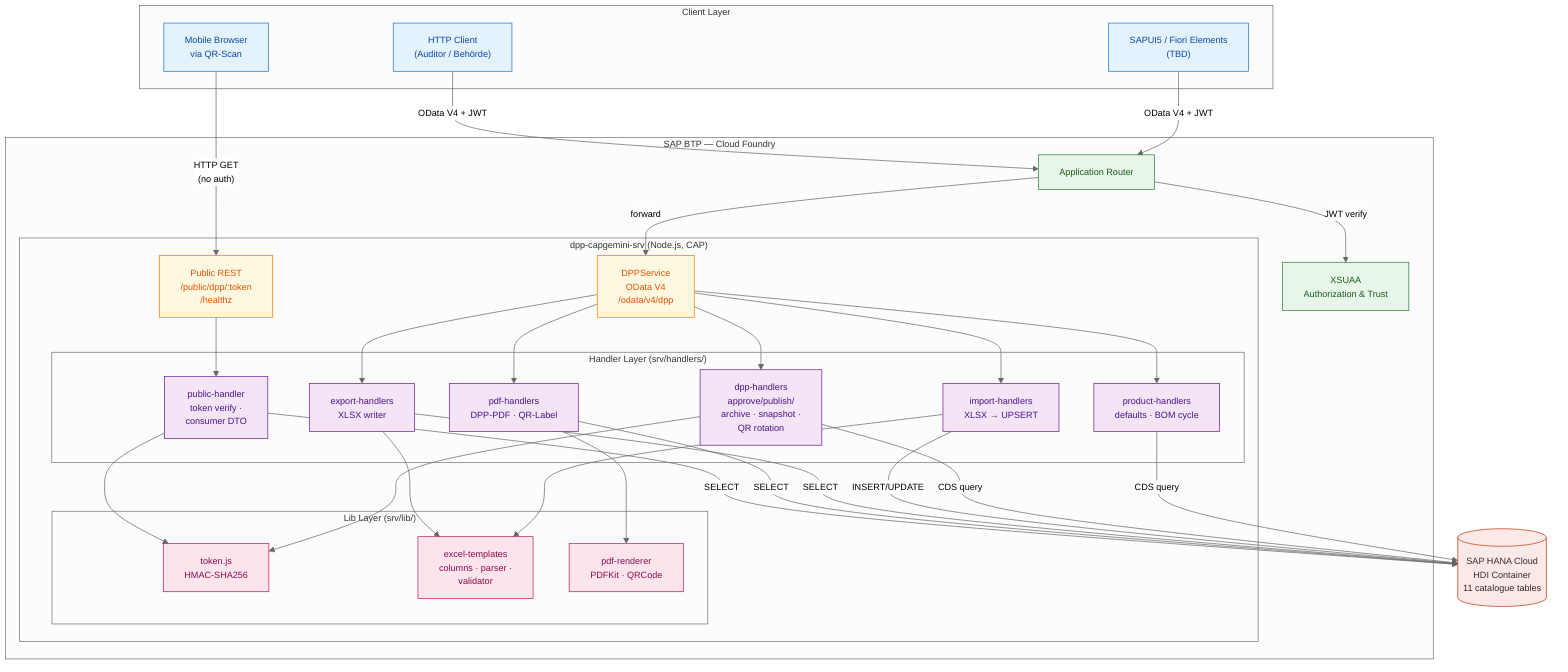
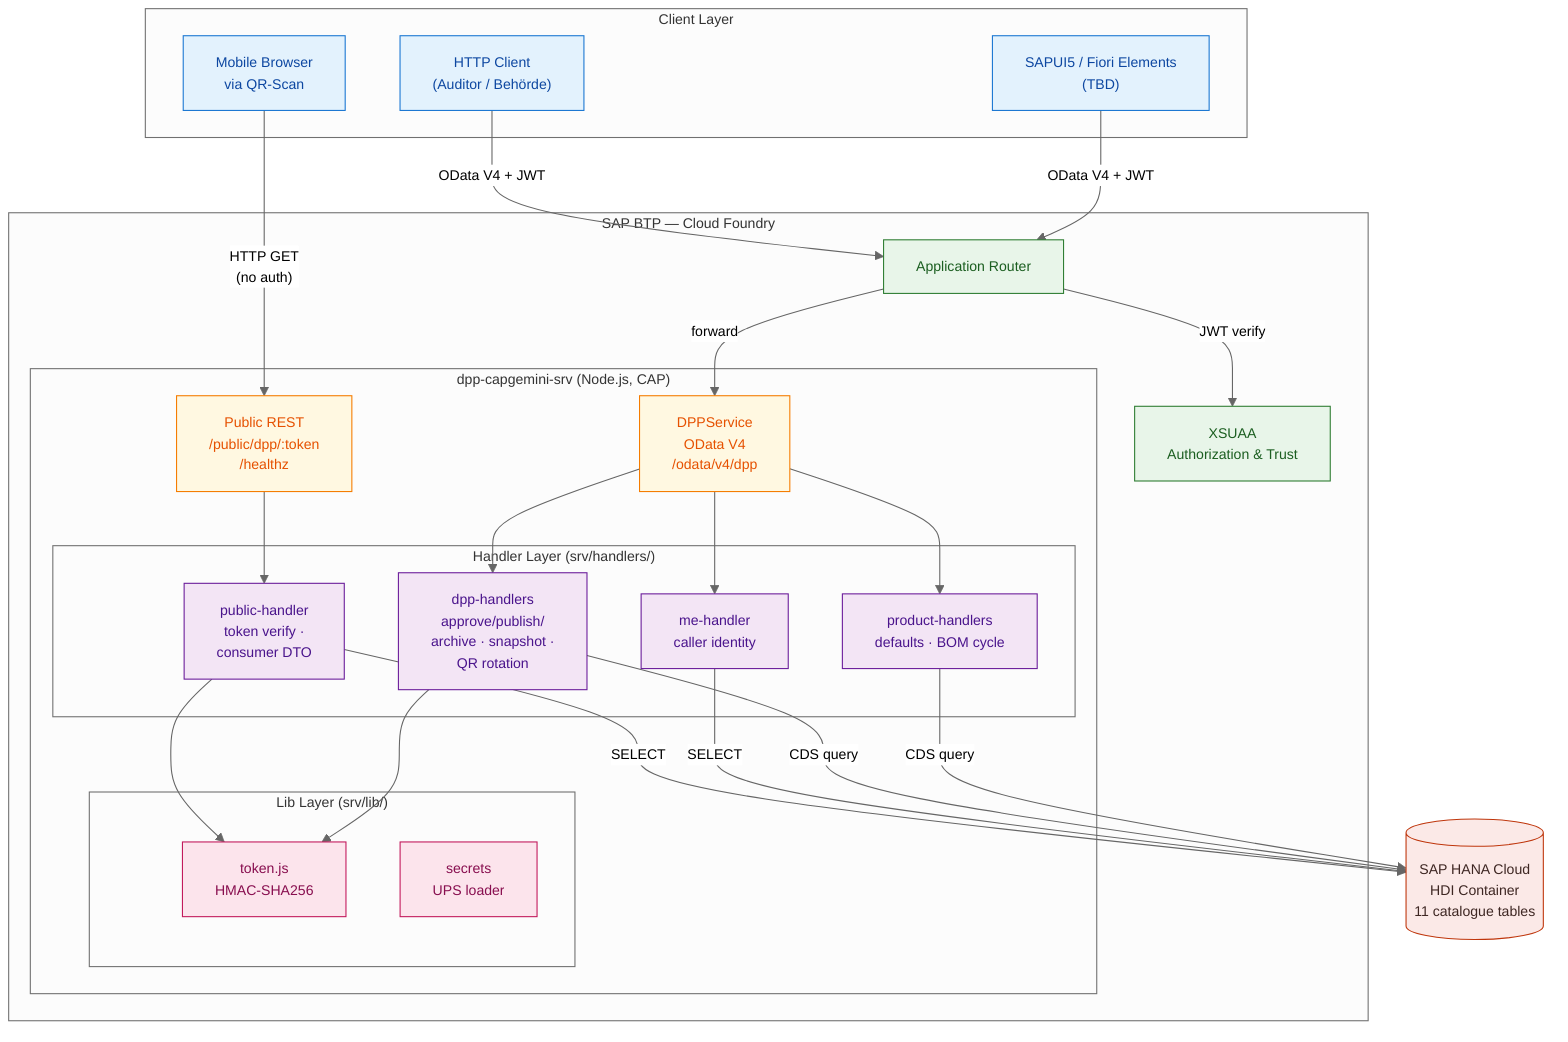
%%{init: {'theme':'neutral', 'themeVariables': { 'fontSize': '13px'}}}%%
graph TB
    classDef client     fill:#e3f2fd,stroke:#1976d2,color:#0d47a1
    classDef btp        fill:#e8f5e9,stroke:#2e7d32,color:#1b5e20
    classDef app        fill:#fff8e1,stroke:#f57c00,color:#e65100
    classDef handler    fill:#f3e5f5,stroke:#6a1b9a,color:#4a148c
    classDef lib        fill:#fce4ec,stroke:#c2185b,color:#880e4f
    classDef db         fill:#fbe9e7,stroke:#bf360c,color:#3e2723

    %% ---------- Client Layer ----------
    subgraph CL["Client Layer"]
        UI["SAPUI5 / Fiori Elements<br/>(TBD)"]
        QR["Mobile Browser<br/>via QR-Scan"]
        AUD["HTTP Client<br/>(Auditor / Behörde)"]
    end
    class UI,QR,AUD client

    %% ---------- BTP Cloud Foundry ----------
    subgraph CF["SAP BTP — Cloud Foundry"]
        APPROUTER["Application Router"]
        XSUAA["XSUAA<br/>Authorization & Trust"]
        class APPROUTER,XSUAA btp

        subgraph SRV["dpp-capgemini-srv (Node.js, CAP)"]
            ODATA["DPPService<br/>OData V4<br/>/odata/v4/dpp"]
            REST["Public REST<br/>/public/dpp/:token<br/>/healthz"]
            class ODATA,REST app

            subgraph H["Handler Layer (srv/handlers/)"]
                PH["product-handlers<br/>defaults · BOM cycle"]
                DH["dpp-handlers<br/>approve/publish/<br/>archive · snapshot ·<br/>QR rotation"]
-                 IH["import-handlers<br/>XLSX → UPSERT"]
-                 EH["export-handlers<br/>XLSX writer"]
-                 PDH["pdf-handlers<br/>DPP-PDF · QR-Label"]
+                 MH["me-handler<br/>caller identity"]
                PUH["public-handler<br/>token verify ·<br/>consumer DTO"]
            end
-             class PH,DH,IH,EH,PDH,PUH handler
+             class PH,DH,MH,PUH handler

            subgraph L["Lib Layer (srv/lib/)"]
                TOK["token.js<br/>HMAC-SHA256"]
-                 XLS["excel-templates<br/>columns · parser ·<br/>validator"]
-                 PDF["pdf-renderer<br/>PDFKit · QRCode"]
+                 SEC["secrets<br/>UPS loader"]
            end
-             class TOK,XLS,PDF lib
+             class TOK,SEC lib
        end
    end

    %% ---------- Persistence ----------
    HANA[("SAP HANA Cloud<br/>HDI Container<br/>11 catalogue tables")]
    class HANA db

    %% ---------- Flows ----------
    UI -->|"OData V4 + JWT"| APPROUTER
    AUD -->|"OData V4 + JWT"| APPROUTER
    QR -->|"HTTP GET<br/>(no auth)"| REST
    APPROUTER -->|"JWT verify"| XSUAA
    APPROUTER -->|"forward"| ODATA

    ODATA --> PH
    ODATA --> DH
-     ODATA --> IH
-     ODATA --> EH
-     ODATA --> PDH
+     ODATA --> MH
    REST  --> PUH

    DH  --> TOK
    PUH --> TOK
-     IH  --> XLS
-     EH  --> XLS
-     PDH --> PDF

    PH  -->|"CDS query"| HANA
    DH  -->|"CDS query"| HANA
-     IH  -->|"INSERT/UPDATE"| HANA
-     EH  -->|"SELECT"| HANA
-     PDH -->|"SELECT"| HANA
+     MH  -->|"SELECT"| HANA
    PUH -->|"SELECT"| HANA
